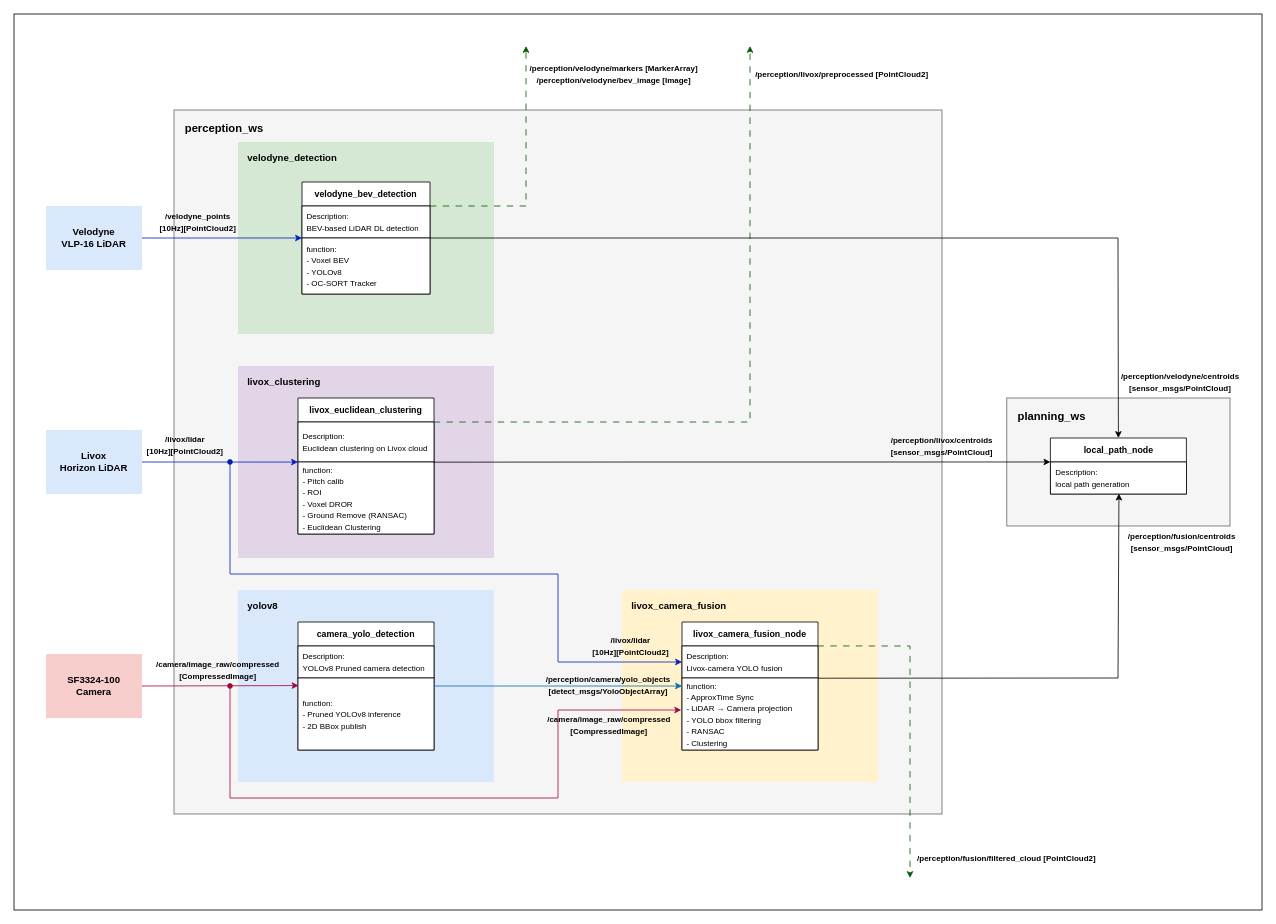
JaGyeong1024/2026-Clothoid-R-Perception keeps this draw.io diagram as 2026_pipeline.drawio. Above is the earlier version. Source tidied: cells renumbered, new cells numbered last; positions are measured from the earlier drawing's top-left corner, leaving out a move shared by most shapes. Both pictures are drawn from the tidied source at 80%, with x=0, y=0 at pixel (14, 14).
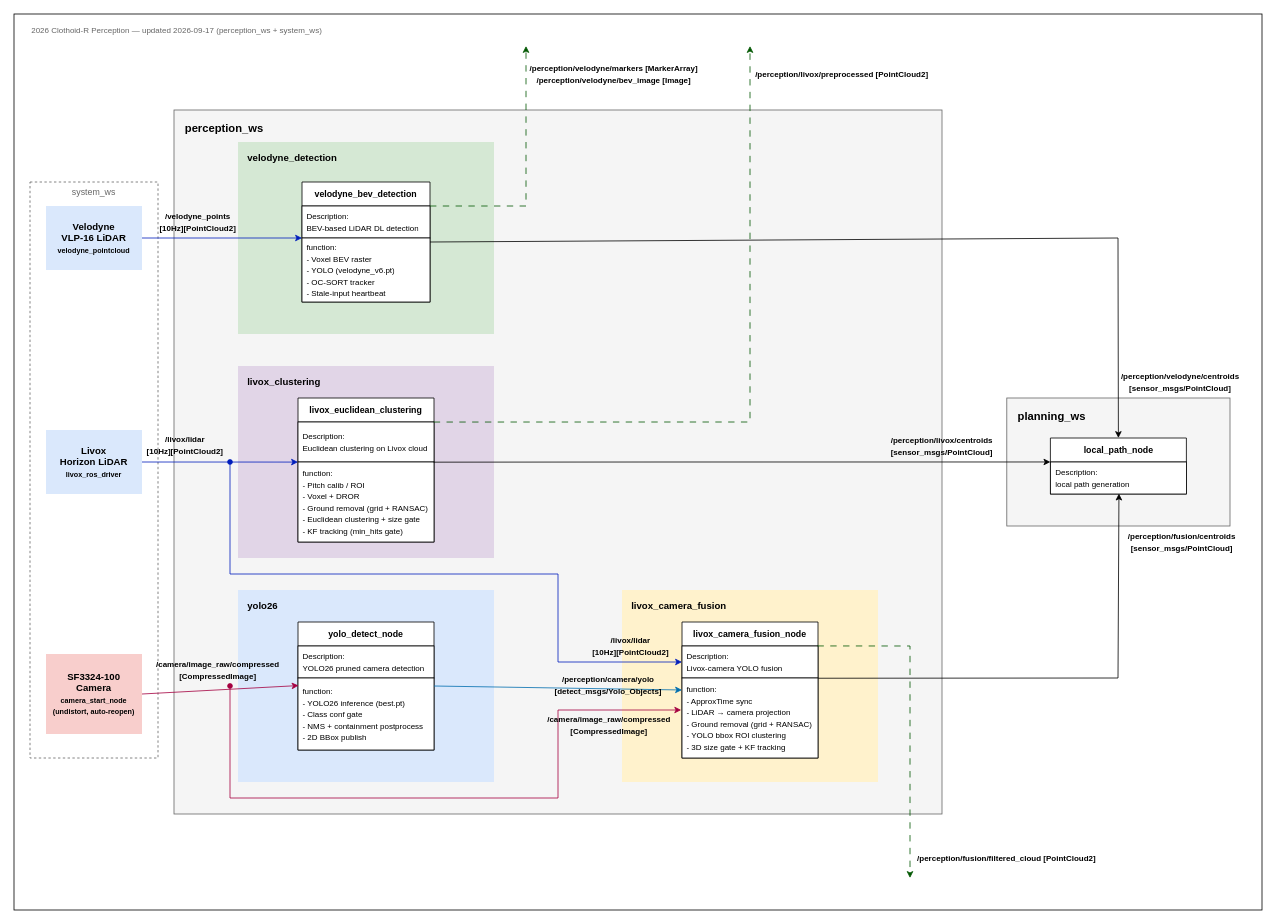
The same diagram, later.

Commit message (it also covers changes not shown here):
Update pipeline diagram

The edit, as a diff of the source:
```diff
@@
+    <mxCell id="50" value="system_ws" style="rounded=0;whiteSpace=wrap;html=1;fillColor=none;strokeColor=#666666;dashed=1;verticalAlign=top;fontSize=11;fontColor=#666666;" parent="1" vertex="1">
+      <mxGeometry x="20" y="210" width="160" height="720" as="geometry" />
+    </mxCell>
-    <mxCell id="4" value="&lt;font&gt;Velodyne&lt;br&gt;VLP-16 LiDAR&lt;/font&gt;" style="rounded=0;whiteSpace=wrap;html=1;fillColor=#dae8fc;strokeColor=none;fontSize=12;fontStyle=1;" parent="1" vertex="1">
+    <mxCell id="4" value="Velodyne&lt;br&gt;VLP-16 LiDAR&lt;br&gt;&lt;font style=&quot;font-size: 9px;&quot;&gt;velodyne_pointcloud&lt;/font&gt;" style="rounded=0;whiteSpace=wrap;html=1;fillColor=#dae8fc;strokeColor=none;fontSize=12;fontStyle=1;" parent="1" vertex="1">
       <mxGeometry x="40" y="240" width="120" height="80" as="geometry" />
     </mxCell>
-    <mxCell id="5" value="&lt;font&gt;Livox&lt;br&gt;Horizon LiDAR&lt;/font&gt;" style="rounded=0;whiteSpace=wrap;html=1;fillColor=#dae8fc;strokeColor=none;fontSize=12;fontStyle=1;" parent="1" vertex="1">
+    <mxCell id="5" value="Livox&lt;br&gt;Horizon LiDAR&lt;br&gt;&lt;font style=&quot;font-size: 9px;&quot;&gt;livox_ros_driver&lt;/font&gt;" style="rounded=0;whiteSpace=wrap;html=1;fillColor=#dae8fc;strokeColor=none;fontSize=12;fontStyle=1;" parent="1" vertex="1">
       <mxGeometry x="40" y="520" width="120" height="80" as="geometry" />
     </mxCell>
-    <mxCell id="6" value="&lt;font&gt;SF3324-100&lt;br&gt;Camera&lt;/font&gt;" style="rounded=0;whiteSpace=wrap;html=1;fillColor=#f8cecc;strokeColor=none;fontSize=12;fontStyle=1;" parent="1" vertex="1">
-      <mxGeometry x="40" y="800" width="120" height="80" as="geometry" />
+    <mxCell id="6" value="SF3324-100&lt;br&gt;Camera&lt;br&gt;&lt;font style=&quot;font-size: 9px;&quot;&gt;camera_start_node&lt;br&gt;(undistort, auto-reopen)&lt;/font&gt;" style="rounded=0;whiteSpace=wrap;html=1;fillColor=#f8cecc;strokeColor=none;fontSize=12;fontStyle=1;" parent="1" vertex="1">
+      <mxGeometry x="40" y="800" width="120" height="100" as="geometry" />
     </mxCell>
@@
     <mxCell id="8" value="&lt;b style=&quot;font-size: 11px; text-align: left;&quot;&gt;velodyne_bev_detection&lt;/b&gt;" style="swimlane;fontStyle=0;horizontal=1;startSize=30;whiteSpace=wrap;html=1;strokeColor=default;" parent="1" vertex="1">
-      <mxGeometry x="360" y="210" width="160" height="140" as="geometry" />
+      <mxGeometry x="360" y="210" width="160" height="150" as="geometry" />
     </mxCell>
-    <mxCell id="9" value="&lt;font style=&quot;font-size: 10px;&quot;&gt;Description:&lt;br style=&quot;&quot;&gt;BEV-based LiDAR DL detection&lt;/font&gt;" style="text;align=left;verticalAlign=middle;spacingLeft=4;spacingRight=4;overflow=hidden;whiteSpace=wrap;html=1;fillColor=default;strokeColor=default;" parent="8" vertex="1">
+    <mxCell id="9" value="&lt;font style=&quot;font-size: 10px;&quot;&gt;Description:&lt;br&gt;BEV-based LiDAR DL detection&lt;/font&gt;" style="text;align=left;verticalAlign=middle;spacingLeft=4;spacingRight=4;overflow=hidden;whiteSpace=wrap;html=1;fillColor=default;strokeColor=default;" parent="8" vertex="1">
       <mxGeometry y="30" width="160" height="40" as="geometry" />
     </mxCell>
-    <mxCell id="10" value="&lt;font style=&quot;font-size: 10px;&quot;&gt;function:&lt;br style=&quot;&quot;&gt;- Voxel BEV&lt;br style=&quot;&quot;&gt;- YOLOv8&lt;br style=&quot;&quot;&gt;- OC-SORT Tracker&lt;/font&gt;" style="text;strokeColor=default;fillColor=default;align=left;verticalAlign=middle;spacingLeft=4;spacingRight=4;overflow=hidden;whiteSpace=wrap;html=1;" parent="8" vertex="1">
-      <mxGeometry y="70" width="160" height="70" as="geometry" />
+    <mxCell id="10" value="&lt;font style=&quot;font-size: 10px;&quot;&gt;function:&lt;br&gt;- Voxel BEV raster&lt;br&gt;- YOLO (velodyne_v6.pt)&lt;br&gt;- OC-SORT tracker&lt;br&gt;- Stale-input heartbeat&lt;/font&gt;" style="text;strokeColor=default;fillColor=default;align=left;verticalAlign=middle;spacingLeft=4;spacingRight=4;overflow=hidden;whiteSpace=wrap;html=1;" parent="8" vertex="1">
+      <mxGeometry y="70" width="160" height="80" as="geometry" />
     </mxCell>
@@
     <mxCell id="12" value="&lt;b style=&quot;text-align: left;&quot;&gt;&lt;font style=&quot;font-size: 11px;&quot;&gt;livox_euclidean_clustering&lt;/font&gt;&lt;/b&gt;" style="swimlane;fontStyle=0;horizontal=1;startSize=30;whiteSpace=wrap;html=1;strokeColor=default;fontSize=12;" parent="1" vertex="1">
-      <mxGeometry x="355" y="480" width="170" height="170" as="geometry" />
+      <mxGeometry x="355" y="480" width="170" height="180" as="geometry" />
     </mxCell>
@@
-    <mxCell id="14" value="&lt;font style=&quot;font-size: 10px;&quot;&gt;function:&lt;br style=&quot;&quot;&gt;- Pitch calib&lt;br style=&quot;&quot;&gt;- ROI&lt;br style=&quot;&quot;&gt;- Voxel DROR&lt;br style=&quot;&quot;&gt;- Ground Remove (RANSAC)&lt;br style=&quot;&quot;&gt;- Euclidean Clustering&lt;/font&gt;" style="text;strokeColor=default;fillColor=default;align=left;verticalAlign=middle;spacingLeft=4;spacingRight=4;overflow=hidden;points=[[0,0.5],[1,0.5]];portConstraint=eastwest;whiteSpace=wrap;html=1;" parent="12" vertex="1">
-      <mxGeometry y="80" width="170" height="90" as="geometry" />
+    <mxCell id="14" value="&lt;font style=&quot;font-size: 10px;&quot;&gt;function:&lt;br&gt;- Pitch calib / ROI&lt;br&gt;- Voxel + DROR&lt;br&gt;- Ground removal (grid + RANSAC)&lt;br&gt;- Euclidean clustering + size gate&lt;br&gt;- KF tracking (min_hits gate)&lt;/font&gt;" style="text;strokeColor=default;fillColor=default;align=left;verticalAlign=middle;spacingLeft=4;spacingRight=4;overflow=hidden;points=[[0,0.5],[1,0.5]];portConstraint=eastwest;whiteSpace=wrap;html=1;" parent="12" vertex="1">
+      <mxGeometry y="80" width="170" height="100" as="geometry" />
     </mxCell>
-    <mxCell id="15" value="yolov8" style="rounded=0;whiteSpace=wrap;html=1;fillColor=#dae8fc;strokeColor=none;verticalAlign=top;align=left;fontSize=12;fontStyle=1;spacingLeft=10;spacingTop=6;" parent="1" vertex="1">
+    <mxCell id="15" value="yolo26" style="rounded=0;whiteSpace=wrap;html=1;fillColor=#dae8fc;strokeColor=none;verticalAlign=top;align=left;fontSize=12;fontStyle=1;spacingLeft=10;spacingTop=6;" parent="1" vertex="1">
       <mxGeometry x="280" y="720" width="320" height="240" as="geometry" />
     </mxCell>
-    <mxCell id="16" value="&lt;b style=&quot;font-size: 11px; text-align: left;&quot;&gt;camera_yolo_detection&lt;/b&gt;" style="swimlane;fontStyle=0;horizontal=1;startSize=30;whiteSpace=wrap;html=1;strokeColor=default;fontSize=12;" parent="1" vertex="1">
+    <mxCell id="16" value="&lt;b style=&quot;font-size: 11px; text-align: left;&quot;&gt;yolo_detect_node&lt;/b&gt;" style="swimlane;fontStyle=0;horizontal=1;startSize=30;whiteSpace=wrap;html=1;strokeColor=default;fontSize=12;" parent="1" vertex="1">
       <mxGeometry x="355" y="760" width="170" height="160" as="geometry" />
     </mxCell>
-    <mxCell id="17" value="&lt;font style=&quot;font-size: 10px;&quot;&gt;Description:&lt;br style=&quot;&quot;&gt;YOLOv8 Pruned camera detection&lt;/font&gt;" style="text;align=left;verticalAlign=middle;spacingLeft=4;spacingRight=4;overflow=hidden;whiteSpace=wrap;html=1;fillColor=default;strokeColor=default;" parent="16" vertex="1">
+    <mxCell id="17" value="&lt;font style=&quot;font-size: 10px;&quot;&gt;Description:&lt;br&gt;YOLO26 pruned camera detection&lt;/font&gt;" style="text;align=left;verticalAlign=middle;spacingLeft=4;spacingRight=4;overflow=hidden;whiteSpace=wrap;html=1;fillColor=default;strokeColor=default;" parent="16" vertex="1">
       <mxGeometry y="30" width="170" height="40" as="geometry" />
     </mxCell>
-    <mxCell id="18" value="&lt;font style=&quot;font-size: 10px;&quot;&gt;function:&lt;br style=&quot;&quot;&gt;- Pruned YOLOv8 inference&lt;br style=&quot;&quot;&gt;- 2D BBox publish&lt;/font&gt;" style="text;strokeColor=default;fillColor=default;align=left;verticalAlign=middle;spacingLeft=4;spacingRight=4;overflow=hidden;points=[[0,0.5],[1,0.5]];portConstraint=eastwest;whiteSpace=wrap;html=1;" parent="16" vertex="1">
+    <mxCell id="18" value="&lt;font style=&quot;font-size: 10px;&quot;&gt;function:&lt;br&gt;- YOLO26 inference (best.pt)&lt;br&gt;- Class conf gate&lt;br&gt;- NMS + containment postprocess&lt;br&gt;- 2D BBox publish&lt;/font&gt;" style="text;strokeColor=default;fillColor=default;align=left;verticalAlign=middle;spacingLeft=4;spacingRight=4;overflow=hidden;points=[[0,0.5],[1,0.5]];portConstraint=eastwest;whiteSpace=wrap;html=1;" parent="16" vertex="1">
       <mxGeometry y="70" width="170" height="90" as="geometry" />
     </mxCell>
@@
     <mxCell id="20" value="&lt;b style=&quot;font-size: 11px; text-align: left;&quot;&gt;livox_camera_fusion_node&lt;/b&gt;" style="swimlane;fontStyle=0;horizontal=1;startSize=30;whiteSpace=wrap;html=1;strokeColor=default;fontSize=12;" parent="1" vertex="1">
-      <mxGeometry x="835" y="760" width="170" height="160" as="geometry" />
+      <mxGeometry x="835" y="760" width="170" height="170" as="geometry" />
     </mxCell>
@@
-    <mxCell id="22" value="&lt;font style=&quot;font-size: 10px;&quot;&gt;function:&lt;br style=&quot;&quot;&gt;- ApproxTime Sync&lt;br style=&quot;&quot;&gt;- LiDAR → Camera projection&lt;br style=&quot;&quot;&gt;- YOLO bbox filtering&lt;br style=&quot;&quot;&gt;- RANSAC&lt;br style=&quot;&quot;&gt;- Clustering&lt;/font&gt;" style="text;strokeColor=default;fillColor=default;align=left;verticalAlign=middle;spacingLeft=4;spacingRight=4;overflow=hidden;points=[[0,0.5],[1,0.5]];portConstraint=eastwest;whiteSpace=wrap;html=1;" parent="20" vertex="1">
-      <mxGeometry y="70" width="170" height="90" as="geometry" />
+    <mxCell id="22" value="&lt;font style=&quot;font-size: 10px;&quot;&gt;function:&lt;br&gt;- ApproxTime sync&lt;br&gt;- LiDAR → camera projection&lt;br&gt;- Ground removal (grid + RANSAC)&lt;br&gt;- YOLO bbox ROI clustering&lt;br&gt;- 3D size gate + KF tracking&lt;/font&gt;" style="text;strokeColor=default;fillColor=default;align=left;verticalAlign=middle;spacingLeft=4;spacingRight=4;overflow=hidden;points=[[0,0.5],[1,0.5]];portConstraint=eastwest;whiteSpace=wrap;html=1;" parent="20" vertex="1">
+      <mxGeometry y="70" width="170" height="100" as="geometry" />
     </mxCell>
@@
-    <mxCell id="42" value="&lt;span style=&quot;font-size: 10px;&quot;&gt;/perception/camera/yolo_objects&lt;/span&gt;&lt;div&gt;&lt;span style=&quot;font-size: 10px;&quot;&gt;[detect_msgs/YoloObjectArray]&lt;/span&gt;&lt;/div&gt;" style="text;html=1;whiteSpace=wrap;strokeColor=none;fillColor=none;align=center;verticalAlign=middle;rounded=0;fontStyle=1;" parent="1" vertex="1">
+    <mxCell id="42" value="&lt;span style=&quot;font-size: 10px;&quot;&gt;/perception/camera/yolo&lt;/span&gt;&lt;br&gt;&lt;span style=&quot;font-size: 10px;&quot;&gt;[detect_msgs/Yolo_Objects]&lt;/span&gt;" style="text;html=1;whiteSpace=wrap;strokeColor=none;fillColor=none;align=center;verticalAlign=middle;rounded=0;fontStyle=1;" parent="1" vertex="1">
       <mxGeometry x="663" y="823" width="160" height="30" as="geometry" />
     </mxCell>
@@
+    <mxCell id="51" value="2026 Clothoid-R Perception — updated 2026-09-17 (perception_ws + system_ws)" style="text;html=1;strokeColor=none;fillColor=none;align=left;verticalAlign=middle;fontSize=10;fontColor=#666666;" parent="1" vertex="1">
+      <mxGeometry x="20" y="10" width="420" height="20" as="geometry" />
+    </mxCell>
```
